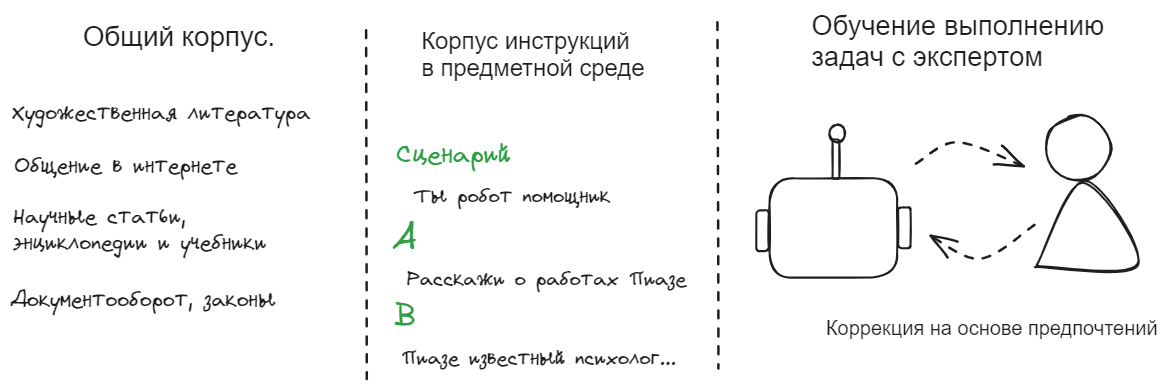
This is diplom/assets/work/arch/learning.excalidraw.png from NMashalov/EducationGenerativeModelApplication, a Excalidraw export, as it was before one commit. Source tidied: one line per element, renumbered; positions are measured from the earlier drawing's top-left corner, leaving out a move shared by most shapes.
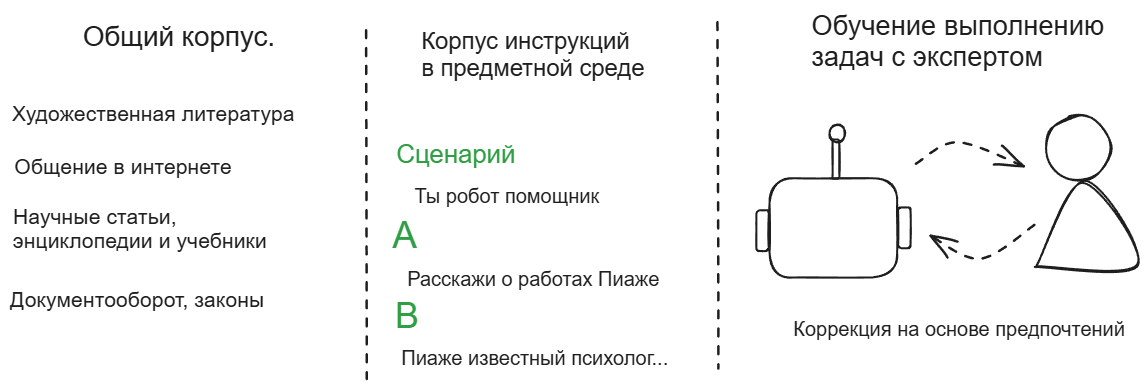
The same diagram one commit later.

The edit, as a diff of the source:
```diff
@@ -11,15 +11,15 @@
 {"id": 10, "type": "text", "text": "Обучение выполнению\nзадач с экспертом", "strokeColor": "#1e1e1e", "strokeWidth": 2, "strokeStyle": "dashed", "roughness": 1, "fontSize": 27.3, "fontFamily": 2, "x": 801, "y": 0, "width": 293, "height": 63}
 {"id": 11, "type": "arrow", "strokeColor": "#1e1e1e", "strokeWidth": 2, "strokeStyle": "dashed", "roughness": 1, "endArrowhead": "arrow", "round": true, "from": 2, "x": 906, "y": 153, "width": 108, "height": 22, "points": [[0, 0], [42, -20], [108, 2]]}
 {"id": 12, "type": "arrow", "strokeColor": "#1e1e1e", "strokeWidth": 2, "strokeStyle": "dashed", "roughness": 1, "endArrowhead": "arrow", "round": true, "x": 1025, "y": 214, "width": 104, "height": 35, "points": [[0, 0], [-54, 35], [-104, 11]]}
-{"id": 13, "type": "text", "text": "A", "strokeColor": "#2f9e44", "strokeWidth": 2, "roughness": 1, "fontSize": 36.75, "fontFamily": 1, "x": 382, "y": 205, "width": 24, "height": 46}
+{"id": 13, "type": "text", "text": "A", "strokeColor": "#2f9e44", "strokeWidth": 2, "roughness": 1, "fontSize": 36.75, "fontFamily": 2, "x": 382, "y": 205, "width": 25, "height": 42}
-{"id": 14, "type": "text", "text": "B", "strokeColor": "#2f9e44", "strokeWidth": 2, "roughness": 1, "fontSize": 28.43, "fontFamily": 1, "x": 385, "y": 289, "width": 21, "height": 36}
+{"id": 14, "type": "text", "text": "B", "strokeColor": "#2f9e44", "strokeWidth": 2, "roughness": 1, "fontSize": 36, "fontFamily": 2, "x": 385, "y": 285, "width": 24, "height": 41}
-{"id": 15, "type": "text", "text": "Ты робот помощник", "strokeColor": "#1e1e1e", "strokeWidth": 2, "roughness": 1, "fontSize": 20, "fontFamily": 1, "x": 405, "y": 174, "width": 196, "height": 25}
+{"id": 15, "type": "text", "text": "Ты робот помощник", "strokeColor": "#1e1e1e", "strokeWidth": 2, "roughness": 1, "fontSize": 20, "fontFamily": 2, "x": 405, "y": 175, "width": 185, "height": 23}
-{"id": 16, "type": "text", "text": "Сценарий", "strokeColor": "#2f9e44", "strokeWidth": 2, "roughness": 1, "fontSize": 25.78, "fontFamily": 1, "x": 386, "y": 130, "width": 115, "height": 32}
+{"id": 16, "type": "text", "text": "Сценарий", "strokeColor": "#2f9e44", "strokeWidth": 2, "roughness": 1, "fontSize": 25.78, "fontFamily": 2, "x": 386, "y": 130, "width": 119, "height": 30}
-{"id": 17, "type": "text", "text": "Расскажи о работах Пиазе", "strokeColor": "#1e1e1e", "strokeWidth": 2, "roughness": 1, "fontSize": 20, "fontFamily": 1, "x": 397, "y": 257, "width": 280, "height": 25}
+{"id": 17, "type": "text", "text": "Расскажи о работах Пиаже", "strokeColor": "#1e1e1e", "strokeWidth": 2, "roughness": 1, "fontSize": 20, "fontFamily": 2, "x": 397, "y": 258, "width": 252, "height": 23}
-{"id": 18, "type": "text", "text": "Пиазе известный психолог...", "strokeColor": "#1e1e1e", "strokeWidth": 2, "roughness": 1, "fontSize": 20, "fontFamily": 1, "x": 391, "y": 336, "width": 275, "height": 25}
+{"id": 18, "type": "text", "text": "Пиаже известный психолог...", "strokeColor": "#1e1e1e", "strokeWidth": 2, "roughness": 1, "fontSize": 20, "fontFamily": 2, "x": 391, "y": 337, "width": 267, "height": 23}
 {"id": 19, "type": "text", "text": "Общий корпус.\n", "strokeColor": "#1e1e1e", "strokeWidth": 2, "strokeStyle": "dashed", "roughness": 1, "fontSize": 27.71, "fontFamily": 2, "x": 73, "y": 11, "width": 192, "height": 64}
-{"id": 20, "type": "text", "text": "Художественная литература", "strokeColor": "#1e1e1e", "strokeWidth": 2, "roughness": 1, "fontSize": 21.28, "fontFamily": 1, "x": 2, "y": 91, "width": 298, "height": 27}
+{"id": 20, "type": "text", "text": "Художественная литература", "strokeColor": "#1e1e1e", "strokeWidth": 2, "roughness": 1, "fontSize": 21.28, "fontFamily": 2, "x": 2, "y": 92, "width": 283, "height": 24}
-{"id": 21, "type": "text", "text": "Общение в интернете", "strokeColor": "#1e1e1e", "strokeWidth": 2, "roughness": 1, "fontSize": 21.28, "fontFamily": 1, "x": 4, "y": 144, "width": 223, "height": 27}
+{"id": 21, "type": "text", "text": "Общение в интернете", "strokeColor": "#1e1e1e", "strokeWidth": 2, "roughness": 1, "fontSize": 21.28, "fontFamily": 2, "x": 4, "y": 145, "width": 217, "height": 24}
-{"id": 22, "type": "text", "text": "Научные статьи,\nэнциклопедии и учебники", "strokeColor": "#1e1e1e", "strokeWidth": 2, "roughness": 1, "fontSize": 21.28, "fontFamily": 1, "x": 3, "y": 194, "width": 254, "height": 53}
+{"id": 22, "type": "text", "text": "Научные статьи,\nэнциклопедии и учебники", "strokeColor": "#1e1e1e", "strokeWidth": 2, "roughness": 1, "fontSize": 21.28, "fontFamily": 2, "x": 3, "y": 194, "width": 254, "height": 49}
-{"id": 23, "type": "text", "text": "Документооборот, законы", "strokeColor": "#1e1e1e", "strokeWidth": 2, "roughness": 1, "fontSize": 21.28, "fontFamily": 1, "x": 0, "y": 278, "width": 265, "height": 27}
+{"id": 23, "type": "text", "text": "Документооборот, законы", "strokeColor": "#1e1e1e", "strokeWidth": 2, "roughness": 1, "fontSize": 21.28, "fontFamily": 2, "x": 0, "y": 278, "width": 254, "height": 24}
-{"id": 24, "type": "text", "text": "Коррекция на основе предпочтений", "strokeColor": "#1e1e1e", "strokeWidth": 2, "roughness": 1, "fontSize": 20, "fontFamily": 2, "x": 816, "y": 307, "width": 332, "height": 23}
+{"id": 24, "type": "text", "text": "Коррекция на основе предпочтений", "strokeColor": "#1e1e1e", "strokeWidth": 2, "roughness": 1, "fontSize": 20, "fontFamily": 2, "x": 783, "y": 308, "width": 332, "height": 23}
```
